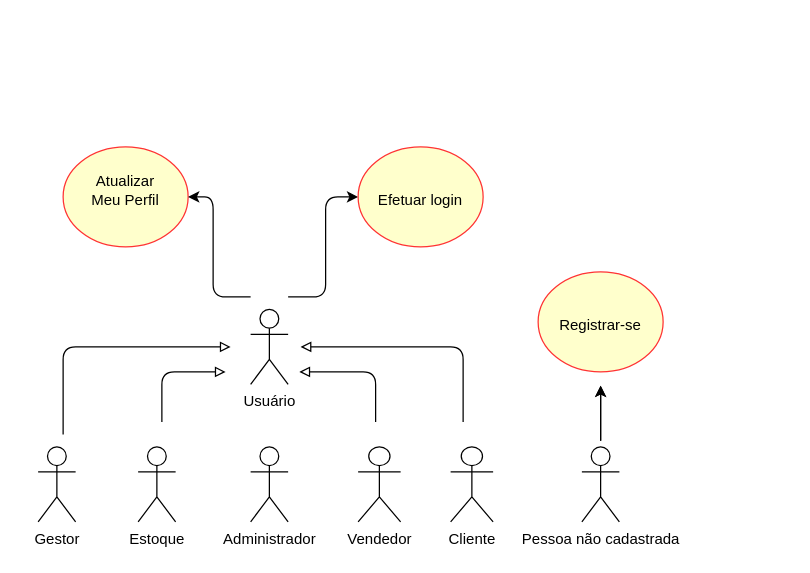
The draw.io diagram page "Usuário" (1 of 5) of projeto/documentacao/Diagrama de casos de uso.drawio in adjamirgalvao/pucminas, before the edit. Source tidied: cells renumbered, new cells numbered last; positions are measured from the earlier drawing's top-left corner, leaving out a move shared by most shapes. Both pictures are drawn from the tidied source at 125%, with x=0, y=0 at pixel (38, 146).
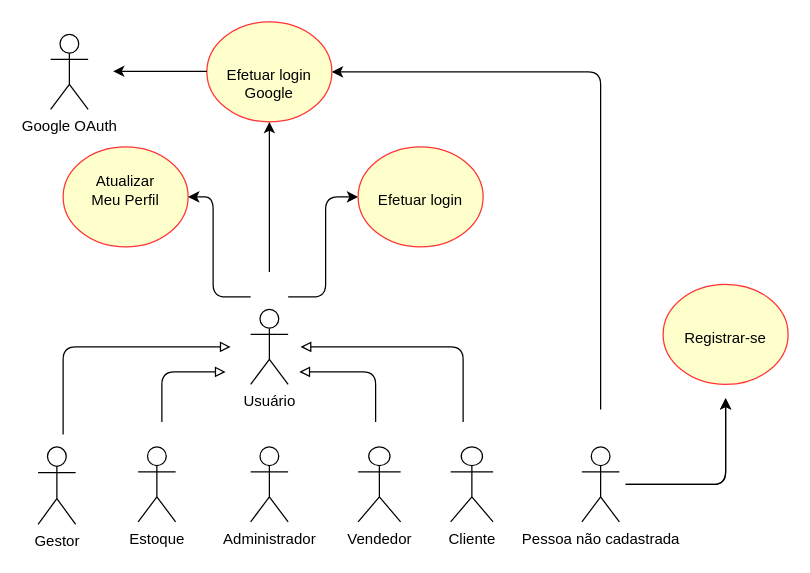
Above is the later version.

What changed in the source:
```diff
@@
     <mxCell id="10" value="&lt;br&gt;&lt;br&gt;Registrar-se" style="ellipse;whiteSpace=wrap;html=1;verticalAlign=top;fillColor=#FFFFCC;strokeColor=#FF3333;" parent="1" vertex="1">
-      <mxGeometry x="400" y="100" width="100" height="80" as="geometry" />
+      <mxGeometry x="500" y="110" width="100" height="80" as="geometry" />
     </mxCell>
@@
     <mxCell id="17" value="Gestor" style="shape=umlActor;verticalLabelPosition=bottom;verticalAlign=top;html=1;" parent="1" vertex="1">
-      <mxGeometry y="240" width="30" height="60" as="geometry" />
+      <mxGeometry y="240" width="30" height="62" as="geometry" />
     </mxCell>
@@
+    <mxCell id="20" value="&lt;br&gt;&lt;br&gt;Efetuar login&lt;br&gt;Google" style="ellipse;whiteSpace=wrap;html=1;verticalAlign=top;fillColor=#FFFFCC;strokeColor=#FF3333;" parent="1" vertex="1">
+      <mxGeometry x="135" y="-100" width="100" height="80" as="geometry" />
+    </mxCell>
+    <mxCell id="21" style="edgeStyle=orthogonalEdgeStyle;rounded=1;jumpStyle=arc;jettySize=auto;html=1;startArrow=none;startFill=0;endArrow=classic;endFill=1;sourcePerimeterSpacing=5;targetPerimeterSpacing=11;entryX=0.5;entryY=1;entryDx=0;entryDy=0;" parent="1" edge="1" target="20">
+      <mxGeometry relative="1" as="geometry">
+        <mxPoint x="185" y="100" as="sourcePoint" />
+        <Array as="points">
+          <mxPoint x="185" y="10" />
+          <mxPoint x="185" y="10" />
+        </Array>
+      </mxGeometry>
+    </mxCell>
+    <mxCell id="22" style="endArrow=classic;html=1;rounded=1;sourcePerimeterSpacing=15;targetPerimeterSpacing=8;jumpStyle=arc;entryX=1;entryY=0.5;entryDx=0;entryDy=0;" parent="1" edge="1" target="20">
+      <mxGeometry relative="1" as="geometry">
+        <mxPoint x="450" y="210" as="sourcePoint" />
+        <Array as="points">
+          <mxPoint x="450" y="-60" />
+        </Array>
+      </mxGeometry>
+    </mxCell>
+    <mxCell id="23" value="Google OAuth" style="shape=umlActor;verticalLabelPosition=bottom;verticalAlign=top;html=1;" parent="1" vertex="1">
+      <mxGeometry x="10" y="-90" width="30" height="60" as="geometry" />
+    </mxCell>
+    <mxCell id="24" style="endArrow=classic;html=1;rounded=1;sourcePerimeterSpacing=15;targetPerimeterSpacing=8;jumpStyle=arc;exitX=1;exitY=0.5;exitDx=0;exitDy=0;" parent="1" edge="1">
+      <mxGeometry relative="1" as="geometry">
+        <mxPoint x="135" y="-60.5" as="sourcePoint" />
+        <mxPoint x="60" y="-60.5" as="targetPoint" />
+      </mxGeometry>
+    </mxCell>
```
